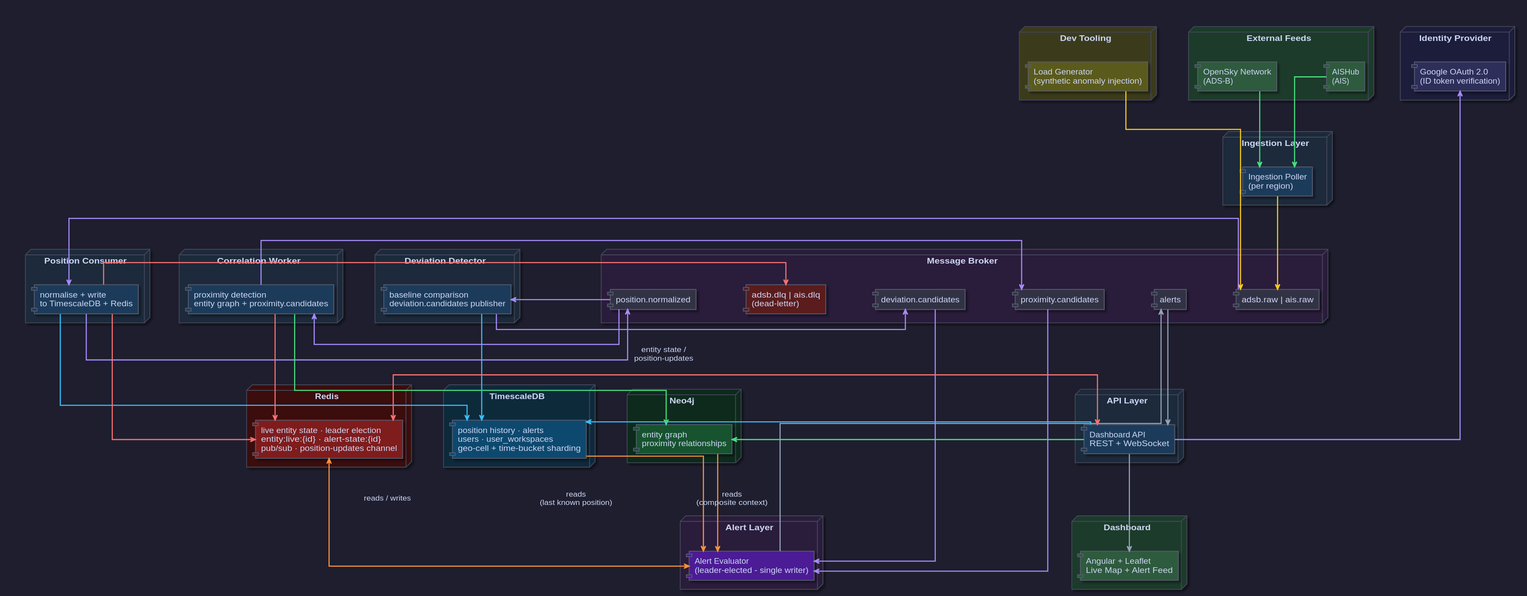
This is diagrams/docs/Sentinel Architecture.svg from Buffden/sentinel, a PlantUML export, as it was before one commit.
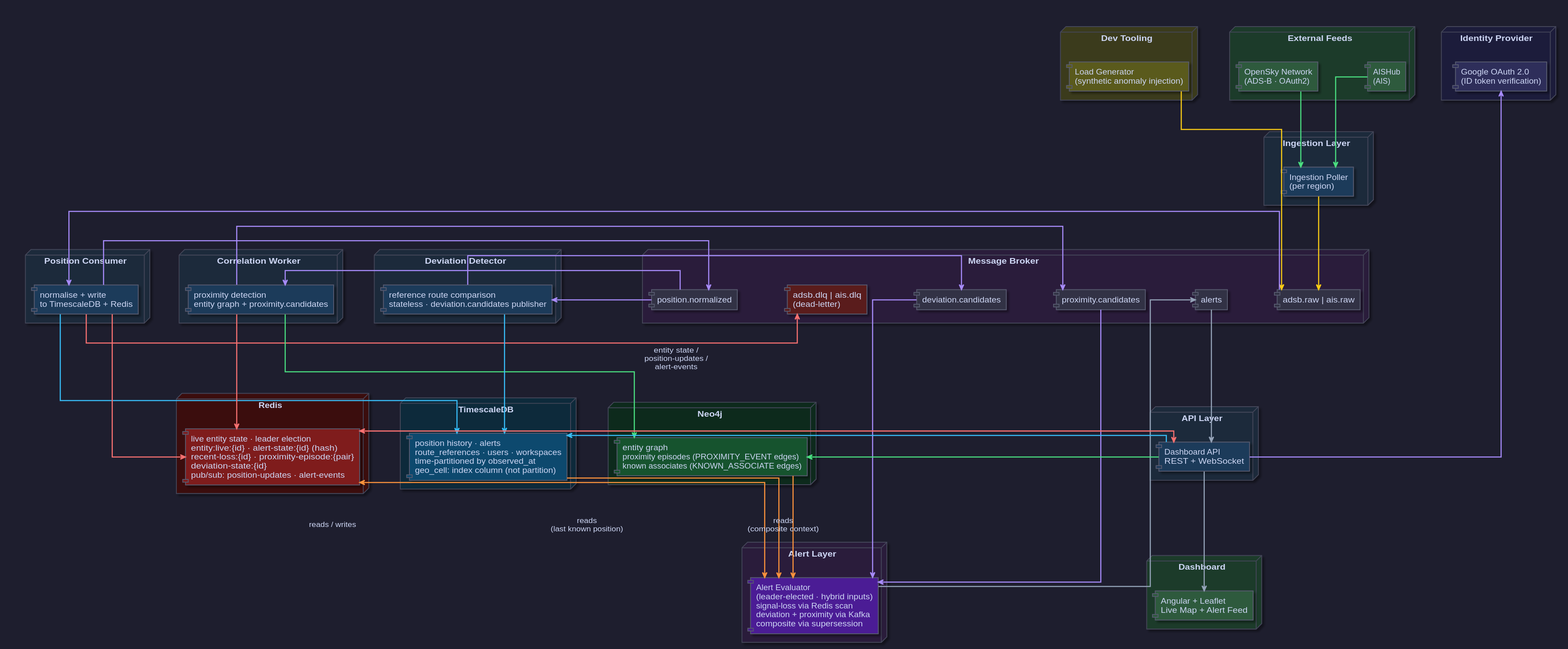
After the change.

Diff of the diagram source:
```diff
@@ -36,7 +36,7 @@
 
 together {
     node "External Feeds" #1e3a2a {
-        component [OpenSky Network\n(ADS-B)] as ADSB #2d5a3d
+        component [OpenSky Network\n(ADS-B · OAuth2)] as ADSB #2d5a3d
         component [AISHub\n(AIS)] as AIS #2d5a3d
     }
 
@@ -72,26 +72,26 @@
     }
 
     node "Deviation Detector" #1a2a3a {
-        component [baseline comparison\ndeviation.candidates publisher] as DEV_DETECTOR #1e3a5a
+        component [reference route comparison\nstateless · deviation.candidates publisher] as DEV_DETECTOR #1e3a5a
     }
 }
 
 together {
     node "TimescaleDB" #0c2a3a {
-        database [position history · alerts\nusers · user_workspaces\ngeo-cell + time-bucket sharding] as TSDB #0c4a6e
+        database [position history · alerts\nroute_references · users · workspaces\ntime-partitioned by observed_at\ngeo_cell: index column (not partition)] as TSDB #0c4a6e
     }
 
     node "Neo4j" #0a2a1a {
-        database [entity graph\nproximity relationships] as NEO4J #14532d
+        database [entity graph\nproximity episodes (PROXIMITY_EVENT edges)\nknown associates (KNOWN_ASSOCIATE edges)] as NEO4J #14532d
     }
 
     node "Redis" #3a0a0a {
-        database [live entity state · leader election\nentity:live:{id} · alert-state:{id}\npub/sub · position-updates channel] as REDIS #7f1d1d
+        database [live entity state · leader election\nentity:live:{id} · alert-state:{id} (hash)\nrecent-loss:{id} · proximity-episode:{pair}\ndeviation-state:{id}\npub/sub: position-updates · alert-events] as REDIS #7f1d1d
     }
 }
 
 node "Alert Layer" #2a1a3a {
-    component [Alert Evaluator\n(leader-elected - single writer)] as ALERT #4c1d95
+    component [Alert Evaluator\n(leader-elected · hybrid inputs)\nsignal-loss via Redis scan\ndeviation + proximity via Kafka\ncomposite via supersession] as ALERT #4c1d95
 }
 
 node "API Layer" #1a2a3a {
@@ -142,7 +142,7 @@
 KAFKA_ALERTS -[#94a3b8]down-> API
 
 API         -[#38bdf8]left->  TSDB
-API         <-[#f87171]->     REDIS : "entity state /\nposition-updates"
+API         <-[#f87171]->     REDIS : "entity state /\nposition-updates /\nalert-events"
 API         -[#4ade80]left->  NEO4J
 API         -[#a78bfa]up->    GOOGLE
 
```
